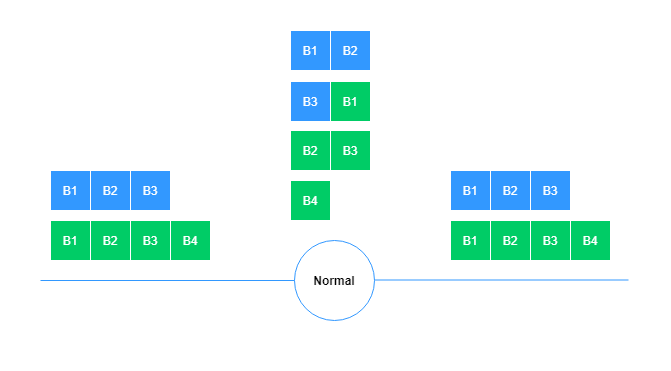
modelbox-ai/modelbox-book keeps this draw.io diagram as assets/images/figure/conception-feature/conception/stream_normal_process.png. Above is the earlier version. Source tidied: cells renumbered, new cells last; positions are measured from the earlier drawing's top-left corner, leaving out a move shared by most shapes.
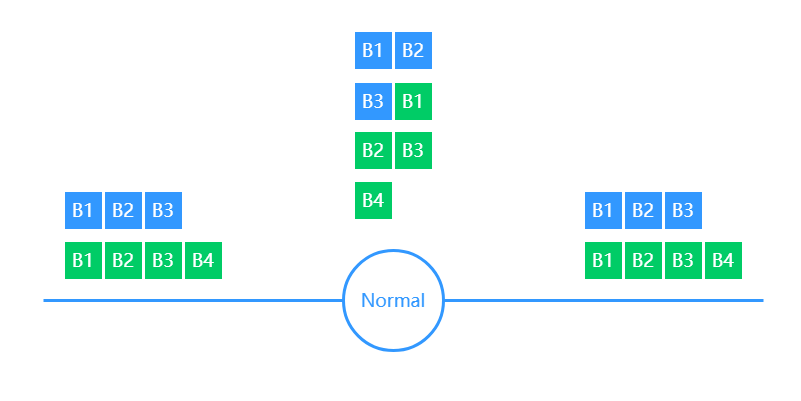
After the change.

What changed in the source:
```diff
@@ -2,85 +2,84 @@
   <root>
     <mxCell id="0" />
     <mxCell id="1" parent="0" />
-    <mxCell id="2" style="rounded=0;whiteSpace=wrap;html=1;fontColor=#000000;strokeColor=#FFFFFF;fillColor=#FFFFFF;" parent="1" vertex="1">
-      <mxGeometry width="670" height="370" as="geometry" />
+    <mxCell id="2" style="rounded=0;whiteSpace=wrap;html=1;fontColor=#000000;strokeColor=#FFFFFF;fillColor=#FFFFFF;fontStyle=0;fontFamily=Microsoft YaHei;" parent="1" vertex="1">
+      <mxGeometry x="7" width="800" height="400" as="geometry" />
     </mxCell>
-    <mxCell id="3" value="&lt;font color=&quot;#000000&quot;&gt;Normal&lt;/font&gt;" style="ellipse;whiteSpace=wrap;html=1;strokeColor=#3298FF;fillColor=#FFFFFF;fontStyle=1;" parent="1" vertex="1">
-      <mxGeometry x="294" y="240" width="80" height="80" as="geometry" />
+    <mxCell id="3" value="&lt;font style=&quot;font-size: 18px;&quot;&gt;Normal&lt;/font&gt;" style="ellipse;whiteSpace=wrap;html=1;strokeColor=#3298FF;fillColor=#FFFFFF;fontStyle=0;fontSize=18;strokeWidth=3;fontColor=#3298FF;fontFamily=Microsoft YaHei;" parent="1" vertex="1">
+      <mxGeometry x="350" y="250" width="100" height="100" as="geometry" />
     </mxCell>
-    <mxCell id="4" style="endArrow=none;html=1;entryX=0;entryY=0.5;entryDx=0;entryDy=0;strokeColor=#3298FF;" parent="1" edge="1" target="3">
+    <mxCell id="4" style="endArrow=none;html=1;entryX=0;entryY=0.5;entryDx=0;entryDy=0;strokeColor=#3298FF;fontSize=18;strokeWidth=3;fontStyle=0;fontFamily=Microsoft YaHei;" parent="1" edge="1" target="3">
       <mxGeometry relative="1" as="geometry">
-        <mxPoint x="40" y="280" as="sourcePoint" />
+        <mxPoint x="50" y="300" as="sourcePoint" />
       </mxGeometry>
     </mxCell>
-    <mxCell id="5" style="endArrow=none;html=1;entryX=0;entryY=0.5;entryDx=0;entryDy=0;strokeColor=#3298FF;" parent="1" edge="1">
+    <mxCell id="5" style="endArrow=none;html=1;strokeColor=#3298FF;fontSize=18;strokeWidth=3;exitX=1;exitY=0.5;exitDx=0;exitDy=0;fontStyle=0;fontFamily=Microsoft YaHei;" parent="1" edge="1" source="3">
       <mxGeometry relative="1" as="geometry">
-        <mxPoint x="374" y="279.5" as="sourcePoint" />
-        <mxPoint x="628" y="279.5" as="targetPoint" />
+        <mxPoint x="770" y="300" as="targetPoint" />
       </mxGeometry>
     </mxCell>
-    <mxCell id="6" value="B1" style="rounded=0;whiteSpace=wrap;html=1;strokeColor=#FFFFFF;fillColor=#3298FF;fontColor=#FFFFFF;" parent="1" vertex="1">
-      <mxGeometry x="50" y="170" width="40" height="40" as="geometry" />
+    <mxCell id="6" value="B1" style="rounded=0;whiteSpace=wrap;html=1;strokeColor=#FFFFFF;fillColor=#3298FF;fontColor=#FFFFFF;fontSize=18;strokeWidth=3;fontStyle=0;fontFamily=Microsoft YaHei;" parent="1" vertex="1">
+      <mxGeometry x="70" y="190" width="40" height="40" as="geometry" />
     </mxCell>
-    <mxCell id="7" value="B2" style="rounded=0;whiteSpace=wrap;html=1;strokeColor=#FFFFFF;fillColor=#3298FF;fontColor=#FFFFFF;" parent="1" vertex="1">
-      <mxGeometry x="90" y="170" width="40" height="40" as="geometry" />
+    <mxCell id="7" value="B2" style="rounded=0;whiteSpace=wrap;html=1;strokeColor=#FFFFFF;fillColor=#3298FF;fontColor=#FFFFFF;fontSize=18;strokeWidth=3;fontStyle=0;fontFamily=Microsoft YaHei;" parent="1" vertex="1">
+      <mxGeometry x="110" y="190" width="40" height="40" as="geometry" />
     </mxCell>
-    <mxCell id="8" value="B3" style="rounded=0;whiteSpace=wrap;html=1;strokeColor=#FFFFFF;fillColor=#3298FF;fontColor=#FFFFFF;" parent="1" vertex="1">
-      <mxGeometry x="130" y="170" width="40" height="40" as="geometry" />
+    <mxCell id="8" value="B3" style="rounded=0;whiteSpace=wrap;html=1;strokeColor=#FFFFFF;fillColor=#3298FF;fontColor=#FFFFFF;fontSize=18;strokeWidth=3;fontStyle=0;fontFamily=Microsoft YaHei;" parent="1" vertex="1">
+      <mxGeometry x="150" y="190" width="40" height="40" as="geometry" />
     </mxCell>
-    <mxCell id="9" value="B1" style="rounded=0;whiteSpace=wrap;html=1;strokeColor=#FFFFFF;fillColor=#00CC66;fontColor=#FFFFFF;" parent="1" vertex="1">
-      <mxGeometry x="50" y="220" width="40" height="40" as="geometry" />
+    <mxCell id="9" value="B1" style="rounded=0;whiteSpace=wrap;html=1;strokeColor=#FFFFFF;fillColor=#00CC66;fontColor=#FFFFFF;fontSize=18;strokeWidth=3;fontStyle=0;fontFamily=Microsoft YaHei;" parent="1" vertex="1">
+      <mxGeometry x="70" y="240" width="40" height="40" as="geometry" />
     </mxCell>
-    <mxCell id="10" value="B2" style="rounded=0;whiteSpace=wrap;html=1;strokeColor=#FFFFFF;fillColor=#00CC66;fontColor=#FFFFFF;" parent="1" vertex="1">
-      <mxGeometry x="90" y="220" width="40" height="40" as="geometry" />
+    <mxCell id="10" value="B2" style="rounded=0;whiteSpace=wrap;html=1;strokeColor=#FFFFFF;fillColor=#00CC66;fontColor=#FFFFFF;fontSize=18;strokeWidth=3;fontStyle=0;fontFamily=Microsoft YaHei;" parent="1" vertex="1">
+      <mxGeometry x="110" y="240" width="40" height="40" as="geometry" />
     </mxCell>
-    <mxCell id="11" value="B3" style="rounded=0;whiteSpace=wrap;html=1;strokeColor=#FFFFFF;fillColor=#00CC66;fontColor=#FFFFFF;" parent="1" vertex="1">
-      <mxGeometry x="130" y="220" width="40" height="40" as="geometry" />
+    <mxCell id="11" value="B3" style="rounded=0;whiteSpace=wrap;html=1;strokeColor=#FFFFFF;fillColor=#00CC66;fontColor=#FFFFFF;fontSize=18;strokeWidth=3;fontStyle=0;fontFamily=Microsoft YaHei;" parent="1" vertex="1">
+      <mxGeometry x="150" y="240" width="40" height="40" as="geometry" />
     </mxCell>
-    <mxCell id="12" value="B4" style="rounded=0;whiteSpace=wrap;html=1;strokeColor=#FFFFFF;fillColor=#00CC66;fontColor=#FFFFFF;" parent="1" vertex="1">
-      <mxGeometry x="170" y="220" width="40" height="40" as="geometry" />
+    <mxCell id="12" value="B4" style="rounded=0;whiteSpace=wrap;html=1;strokeColor=#FFFFFF;fillColor=#00CC66;fontColor=#FFFFFF;fontSize=18;strokeWidth=3;fontStyle=0;fontFamily=Microsoft YaHei;" parent="1" vertex="1">
+      <mxGeometry x="190" y="240" width="40" height="40" as="geometry" />
     </mxCell>
-    <mxCell id="13" value="B1" style="rounded=0;whiteSpace=wrap;html=1;fillColor=#3298FF;strokeColor=#FFFFFF;fontColor=#FFFFFF;" parent="1" vertex="1">
-      <mxGeometry x="290" y="30" width="40" height="40" as="geometry" />
+    <mxCell id="13" value="B1" style="rounded=0;whiteSpace=wrap;html=1;fillColor=#3298FF;strokeColor=#FFFFFF;fontColor=#FFFFFF;fontSize=18;strokeWidth=3;fontStyle=0;fontFamily=Microsoft YaHei;" parent="1" vertex="1">
+      <mxGeometry x="360" y="30" width="40" height="40" as="geometry" />
     </mxCell>
-    <mxCell id="14" value="B2" style="rounded=0;whiteSpace=wrap;html=1;fillColor=#3298FF;strokeColor=#FFFFFF;fontColor=#FFFFFF;" parent="1" vertex="1">
-      <mxGeometry x="330" y="30" width="40" height="40" as="geometry" />
+    <mxCell id="14" value="B2" style="rounded=0;whiteSpace=wrap;html=1;fillColor=#3298FF;strokeColor=#FFFFFF;fontColor=#FFFFFF;fontSize=18;strokeWidth=3;fontStyle=0;fontFamily=Microsoft YaHei;" parent="1" vertex="1">
+      <mxGeometry x="400" y="30" width="40" height="40" as="geometry" />
     </mxCell>
-    <mxCell id="15" value="B3" style="rounded=0;whiteSpace=wrap;html=1;fillColor=#3298FF;strokeColor=#FFFFFF;fontColor=#FFFFFF;" parent="1" vertex="1">
-      <mxGeometry x="290" y="81" width="40" height="40" as="geometry" />
+    <mxCell id="15" value="B3" style="rounded=0;whiteSpace=wrap;html=1;fillColor=#3298FF;strokeColor=#FFFFFF;fontColor=#FFFFFF;fontSize=18;strokeWidth=3;fontStyle=0;fontFamily=Microsoft YaHei;" parent="1" vertex="1">
+      <mxGeometry x="360" y="81" width="40" height="40" as="geometry" />
     </mxCell>
-    <mxCell id="16" value="B1" style="rounded=0;whiteSpace=wrap;html=1;fillColor=#00CC66;strokeColor=#FFFFFF;fontColor=#FFFFFF;" parent="1" vertex="1">
-      <mxGeometry x="330" y="81" width="40" height="40" as="geometry" />
+    <mxCell id="16" value="B1" style="rounded=0;whiteSpace=wrap;html=1;fillColor=#00CC66;strokeColor=#FFFFFF;fontColor=#FFFFFF;fontSize=18;strokeWidth=3;fontStyle=0;fontFamily=Microsoft YaHei;" parent="1" vertex="1">
+      <mxGeometry x="400" y="81" width="40" height="40" as="geometry" />
     </mxCell>
-    <mxCell id="17" value="B2" style="rounded=0;whiteSpace=wrap;html=1;fillColor=#00CC66;strokeColor=#FFFFFF;fontColor=#FFFFFF;" parent="1" vertex="1">
-      <mxGeometry x="290" y="130" width="40" height="40" as="geometry" />
+    <mxCell id="17" value="B2" style="rounded=0;whiteSpace=wrap;html=1;fillColor=#00CC66;strokeColor=#FFFFFF;fontColor=#FFFFFF;fontSize=18;strokeWidth=3;fontStyle=0;fontFamily=Microsoft YaHei;" parent="1" vertex="1">
+      <mxGeometry x="360" y="130" width="40" height="40" as="geometry" />
     </mxCell>
-    <mxCell id="18" value="B3" style="rounded=0;whiteSpace=wrap;html=1;fillColor=#00CC66;strokeColor=#FFFFFF;fontColor=#FFFFFF;" parent="1" vertex="1">
-      <mxGeometry x="330" y="130" width="40" height="40" as="geometry" />
+    <mxCell id="18" value="B3" style="rounded=0;whiteSpace=wrap;html=1;fillColor=#00CC66;strokeColor=#FFFFFF;fontColor=#FFFFFF;fontSize=18;strokeWidth=3;fontStyle=0;fontFamily=Microsoft YaHei;" parent="1" vertex="1">
+      <mxGeometry x="400" y="130" width="40" height="40" as="geometry" />
     </mxCell>
-    <mxCell id="19" value="B4" style="rounded=0;whiteSpace=wrap;html=1;fillColor=#00CC66;strokeColor=#FFFFFF;fontColor=#FFFFFF;" parent="1" vertex="1">
-      <mxGeometry x="290" y="180" width="40" height="40" as="geometry" />
+    <mxCell id="19" value="B4" style="rounded=0;whiteSpace=wrap;html=1;fillColor=#00CC66;strokeColor=#FFFFFF;fontColor=#FFFFFF;fontSize=18;strokeWidth=3;fontStyle=0;fontFamily=Microsoft YaHei;" parent="1" vertex="1">
+      <mxGeometry x="360" y="180" width="40" height="40" as="geometry" />
     </mxCell>
-    <mxCell id="20" value="B1" style="rounded=0;whiteSpace=wrap;html=1;strokeColor=#FFFFFF;fillColor=#3298FF;fontColor=#FFFFFF;" parent="1" vertex="1">
-      <mxGeometry x="450" y="170" width="40" height="40" as="geometry" />
+    <mxCell id="20" value="B1" style="rounded=0;whiteSpace=wrap;html=1;strokeColor=#FFFFFF;fillColor=#3298FF;fontColor=#FFFFFF;fontSize=18;strokeWidth=3;fontStyle=0;fontFamily=Microsoft YaHei;" parent="1" vertex="1">
+      <mxGeometry x="590" y="190" width="40" height="40" as="geometry" />
     </mxCell>
-    <mxCell id="21" value="B2" style="rounded=0;whiteSpace=wrap;html=1;strokeColor=#FFFFFF;fillColor=#3298FF;fontColor=#FFFFFF;" parent="1" vertex="1">
-      <mxGeometry x="490" y="170" width="40" height="40" as="geometry" />
+    <mxCell id="21" value="B2" style="rounded=0;whiteSpace=wrap;html=1;strokeColor=#FFFFFF;fillColor=#3298FF;fontColor=#FFFFFF;fontSize=18;strokeWidth=3;fontStyle=0;fontFamily=Microsoft YaHei;" parent="1" vertex="1">
+      <mxGeometry x="630" y="190" width="40" height="40" as="geometry" />
     </mxCell>
-    <mxCell id="22" value="B3" style="rounded=0;whiteSpace=wrap;html=1;strokeColor=#FFFFFF;fillColor=#3298FF;fontColor=#FFFFFF;" parent="1" vertex="1">
-      <mxGeometry x="530" y="170" width="40" height="40" as="geometry" />
+    <mxCell id="22" value="B3" style="rounded=0;whiteSpace=wrap;html=1;strokeColor=#FFFFFF;fillColor=#3298FF;fontColor=#FFFFFF;fontSize=18;strokeWidth=3;fontStyle=0;fontFamily=Microsoft YaHei;" parent="1" vertex="1">
+      <mxGeometry x="670" y="190" width="40" height="40" as="geometry" />
     </mxCell>
-    <mxCell id="23" value="B1" style="rounded=0;whiteSpace=wrap;html=1;strokeColor=#FFFFFF;fillColor=#00CC66;fontColor=#FFFFFF;" parent="1" vertex="1">
-      <mxGeometry x="450" y="220" width="40" height="40" as="geometry" />
+    <mxCell id="23" value="B1" style="rounded=0;whiteSpace=wrap;html=1;strokeColor=#FFFFFF;fillColor=#00CC66;fontColor=#FFFFFF;fontSize=18;strokeWidth=3;fontStyle=0;fontFamily=Microsoft YaHei;" parent="1" vertex="1">
+      <mxGeometry x="590" y="240" width="40" height="40" as="geometry" />
     </mxCell>
-    <mxCell id="24" value="B2" style="rounded=0;whiteSpace=wrap;html=1;strokeColor=#FFFFFF;fillColor=#00CC66;fontColor=#FFFFFF;" parent="1" vertex="1">
-      <mxGeometry x="490" y="220" width="40" height="40" as="geometry" />
+    <mxCell id="24" value="B2" style="rounded=0;whiteSpace=wrap;html=1;strokeColor=#FFFFFF;fillColor=#00CC66;fontColor=#FFFFFF;fontSize=18;strokeWidth=3;fontStyle=0;fontFamily=Microsoft YaHei;" parent="1" vertex="1">
+      <mxGeometry x="630" y="240" width="40" height="40" as="geometry" />
     </mxCell>
-    <mxCell id="25" value="B3" style="rounded=0;whiteSpace=wrap;html=1;strokeColor=#FFFFFF;fillColor=#00CC66;fontColor=#FFFFFF;" parent="1" vertex="1">
-      <mxGeometry x="530" y="220" width="40" height="40" as="geometry" />
+    <mxCell id="25" value="B3" style="rounded=0;whiteSpace=wrap;html=1;strokeColor=#FFFFFF;fillColor=#00CC66;fontColor=#FFFFFF;fontSize=18;strokeWidth=3;fontStyle=0;fontFamily=Microsoft YaHei;" parent="1" vertex="1">
+      <mxGeometry x="670" y="240" width="40" height="40" as="geometry" />
     </mxCell>
-    <mxCell id="26" value="B4" style="rounded=0;whiteSpace=wrap;html=1;strokeColor=#FFFFFF;fillColor=#00CC66;fontColor=#FFFFFF;" parent="1" vertex="1">
-      <mxGeometry x="570" y="220" width="40" height="40" as="geometry" />
+    <mxCell id="26" value="B4" style="rounded=0;whiteSpace=wrap;html=1;strokeColor=#FFFFFF;fillColor=#00CC66;fontColor=#FFFFFF;fontSize=18;strokeWidth=3;fontStyle=0;fontFamily=Microsoft YaHei;" parent="1" vertex="1">
+      <mxGeometry x="710" y="240" width="40" height="40" as="geometry" />
     </mxCell>
   </root>
 </mxGraphModel>
```
